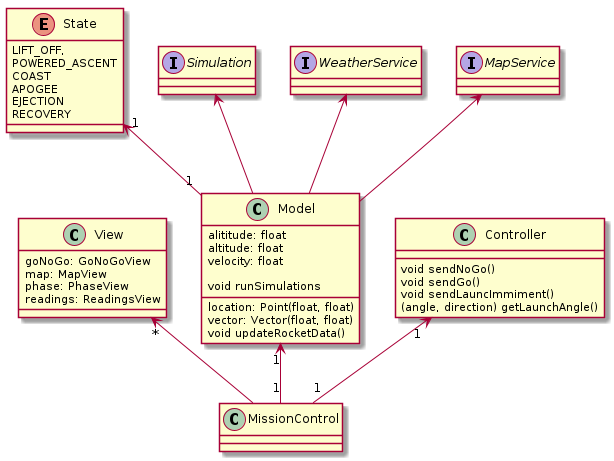
This is uml_diagrams/class_diagram/class_diagram.png from andrewellio/mission-control-, a PlantUML export, as it was before one commit.
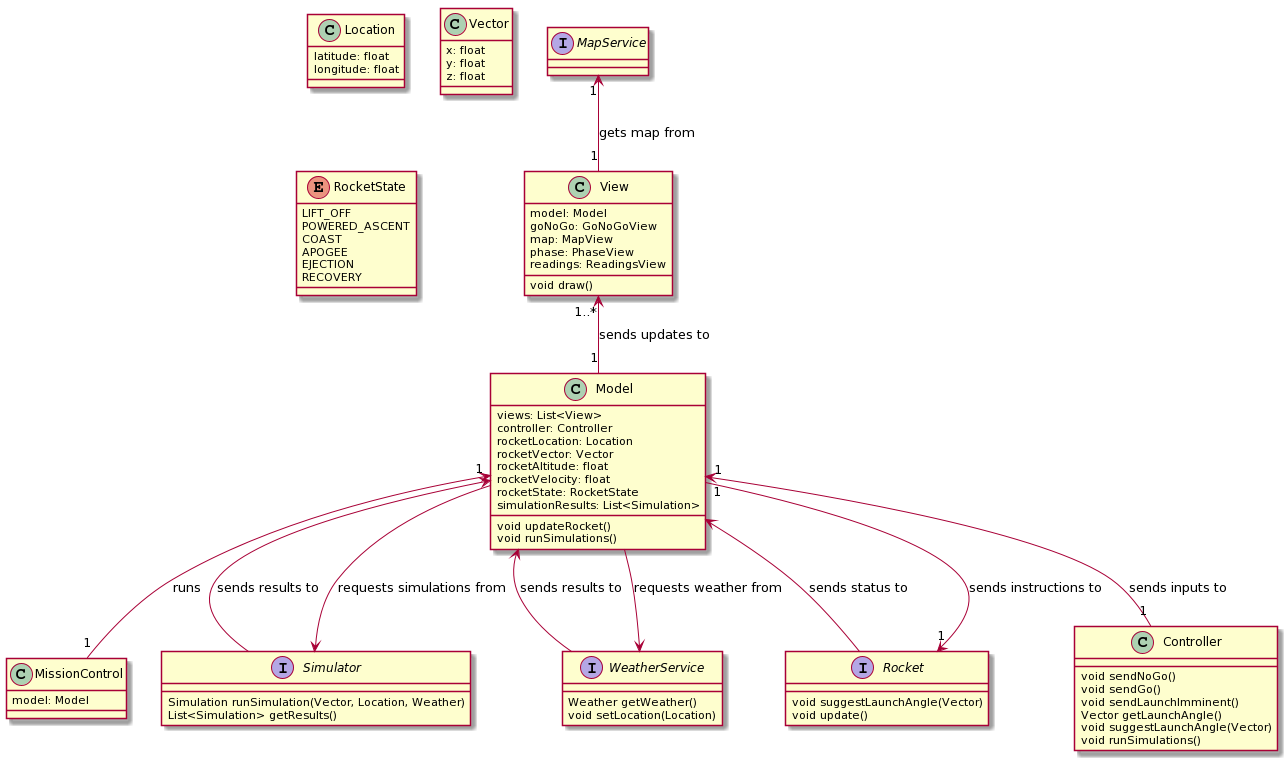
Later version of the same file.

What changed in the source:
```diff
@@ -1,39 +1,61 @@
 @startuml
 class MissionControl {
-
+  model: Model
 }
+Model "1" <-- "1" MissionControl : runs
 
 class View {
+  model: Model
   goNoGo: GoNoGoView
   map: MapView
   phase: PhaseView
   readings: ReadingsView
+  void draw()
 }
+MapService "1" <-- "1" View : gets map from
+
 
 class Model {
-  alititude: float
-  location: Point(float, float)
-  vector: Vector(float, float)
-  altitude: float
-  velocity: float
+  views: List<View>
+  controller: Controller
+  rocketLocation: Location
+  rocketVector: Vector
+  rocketAltitude: float
+  rocketVelocity: float
+  rocketState: RocketState
+  simulationResults: List<Simulation>
 
-  void updateRocketData()
-  void runSimulations
+  void updateRocket()
+  void runSimulations()
 }
+View "1..*" <-- "1" Model : sends updates to
+Simulator <-- Model : requests simulations from
+WeatherService <-- Model : requests weather from
+Rocket "1" <-- "1" Model : sends instructions to
 
 class Controller {
   void sendNoGo()
   void sendGo()
-  void sendLauncImmiment()
-  (angle, direction) getLaunchAngle()
+  void sendLaunchImminent()
+  Vector getLaunchAngle()
+  void suggestLaunchAngle(Vector)
+  void runSimulations()
+}
+Model "1" <-- "1" Controller : sends inputs to
+
+class Location {
+  latitude: float
+  longitude: float
 }
 
-View "*" <-- MissionControl
-Model "1" <-- "1" MissionControl
-Controller "1" <-- "1" MissionControl
+class Vector {
+  x: float
+  y: float
+  z: float
+}
 
-enum State {
-  LIFT_OFF,
+enum RocketState {
+  LIFT_OFF
   POWERED_ASCENT
   COAST
   APOGEE
@@ -41,13 +63,25 @@
   RECOVERY
 }
 
-State "1" <-- "1" Model
+interface Rocket {
+  void suggestLaunchAngle(Vector)
+  void update()
+}
+Model <-- Rocket : sends status to
 
-interface Simulation
-interface WeatherService
+interface Simulator {
+  Simulation runSimulation(Vector, Location, Weather)
+  List<Simulation> getResults()
+}
+Model <-- Simulator : sends results to
+
+
+interface WeatherService {
+  Weather getWeather()
+  void setLocation(Location)
+}
+Model <-- WeatherService : sends results to
+
+
 interface MapService
-
-Simulation <-- Model
-WeatherService <-- Model
-MapService <-- Model
 @enduml
```
